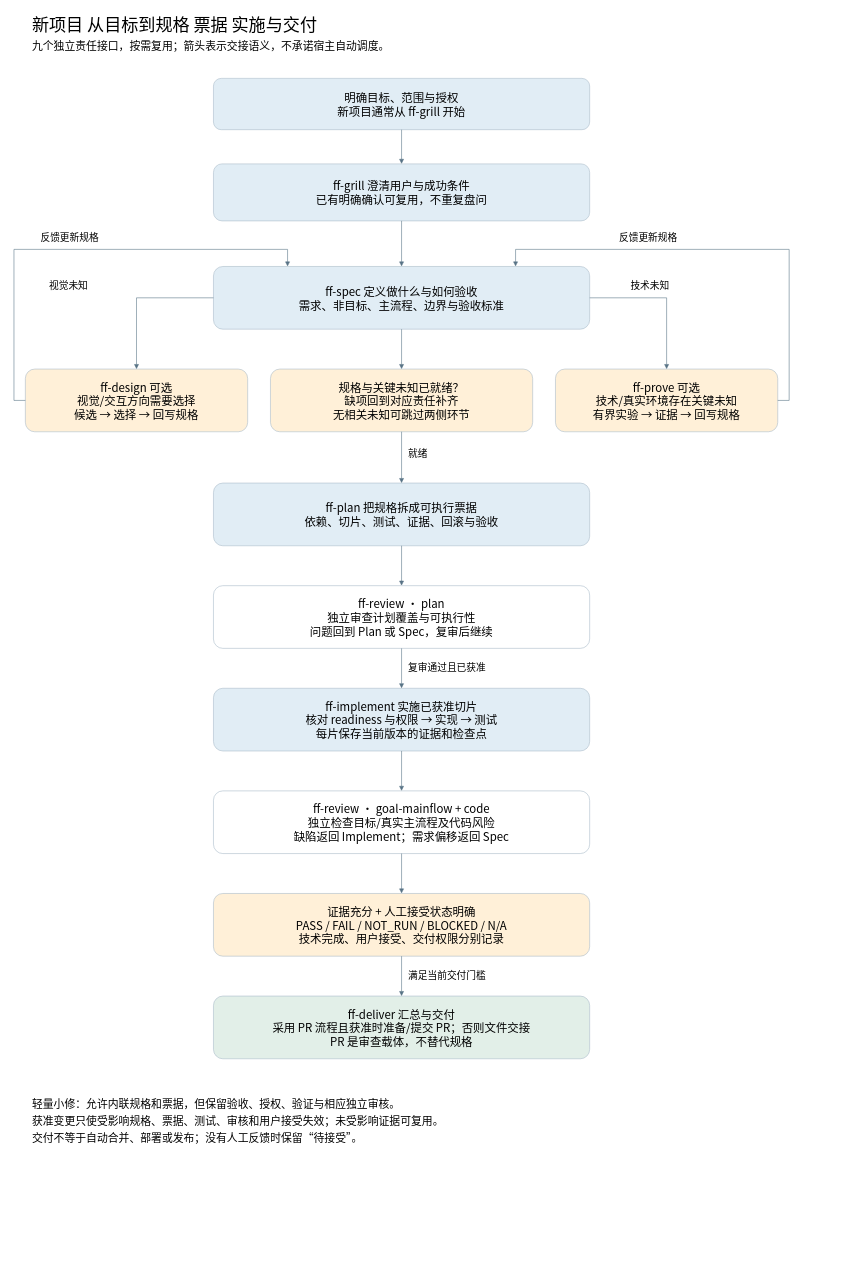
This is docs/diagrams/new-project-workflow.drawio from chyhelloworld/ForgeFlowSkill, a draw.io file, before an edit. Source tidied: cells renumbered, new cells numbered last; positions are measured from the earlier drawing's top-left corner, leaving out a move shared by most shapes. Both pictures are drawn from the tidied source at 57%, with x=0, y=0 at pixel (14, 10).
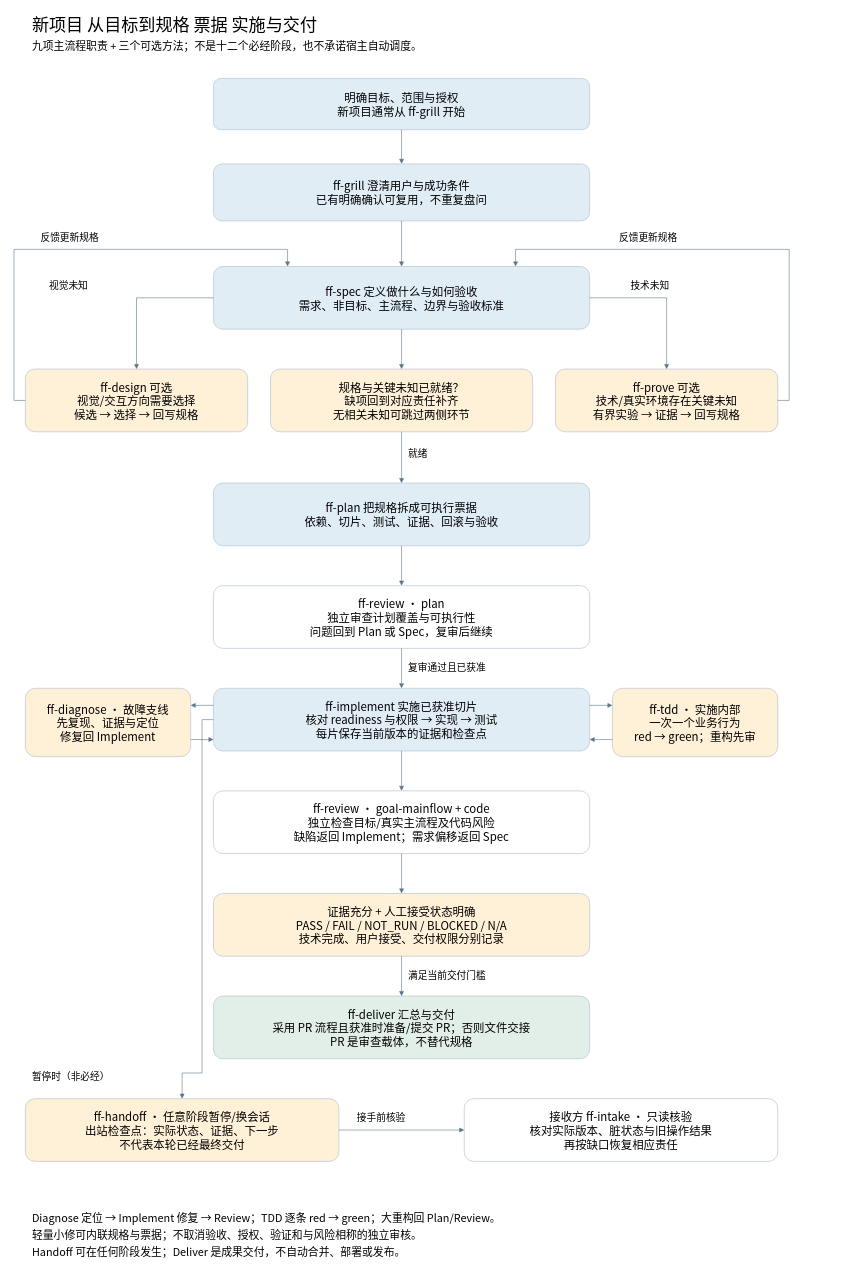
The same diagram, later.

The change refers to these unchanged cells:
```xml
<mxCell id="15" value="ff-implement 实施已获准切片&#10;核对 readiness 与权限 → 实现 → 测试&#10;每片保存当前版本的证据和检查点" style="rounded=1;whiteSpace=wrap;html=0;fillColor=#e1edf5;strokeColor=#a9bac8;fontFamily=Noto Sans CJK SC;fontSize=20;" parent="1" vertex="1">
  <mxGeometry x="350" y="1190" width="660" height="110" as="geometry" />
</mxCell>
```

Diff of the diagram source:
```diff
@@
-    <mxCell id="3" value="九个独立责任接口，按需复用；箭头表示交接语义，不承诺宿主自动调度。" style="text;html=0;align=left;whiteSpace=wrap;strokeColor=none;fillColor=none;fontFamily=Noto Sans CJK SC;fontSize=19;" parent="1" vertex="1">
+    <mxCell id="3" value="九项主流程职责 + 三个可选方法；不是十二个必经阶段，也不承诺宿主自动调度。" style="text;html=0;align=left;whiteSpace=wrap;strokeColor=none;fillColor=none;fontFamily=Noto Sans CJK SC;fontSize=19;" parent="1" vertex="1">
       <mxGeometry x="30" y="45" width="1300" height="40" as="geometry" />
     </mxCell>
-    <mxCell id="4" value="轻量小修：允许内联规格和票据，但保留验收、授权、验证与相应独立审核。" style="text;html=0;align=left;whiteSpace=wrap;strokeColor=none;fillColor=none;fontFamily=Noto Sans CJK SC;fontSize=19;" parent="1" vertex="1">
-      <mxGeometry x="30" y="1900" width="1300" height="40" as="geometry" />
+    <mxCell id="4" value="Diagnose 定位 → Implement 修复 → Review；TDD 逐条 red → green；大重构回 Plan/Review。" style="text;html=0;align=left;whiteSpace=wrap;strokeColor=none;fillColor=none;fontFamily=Noto Sans CJK SC;fontSize=19;" parent="1" vertex="1">
+      <mxGeometry x="30" y="2100" width="1300" height="40" as="geometry" />
     </mxCell>
-    <mxCell id="5" value="获准变更只使受影响规格、票据、测试、审核和用户接受失效；未受影响证据可复用。" style="text;html=0;align=left;whiteSpace=wrap;strokeColor=none;fillColor=none;fontFamily=Noto Sans CJK SC;fontSize=19;" parent="1" vertex="1">
-      <mxGeometry x="30" y="1930" width="1300" height="40" as="geometry" />
+    <mxCell id="5" value="轻量小修可内联规格与票据；不取消验收、授权、验证和与风险相称的独立审核。" style="text;html=0;align=left;whiteSpace=wrap;strokeColor=none;fillColor=none;fontFamily=Noto Sans CJK SC;fontSize=19;" parent="1" vertex="1">
+      <mxGeometry x="30" y="2130" width="1300" height="40" as="geometry" />
     </mxCell>
-    <mxCell id="6" value="交付不等于自动合并、部署或发布；没有人工反馈时保留“待接受”。" style="text;html=0;align=left;whiteSpace=wrap;strokeColor=none;fillColor=none;fontFamily=Noto Sans CJK SC;fontSize=19;" parent="1" vertex="1">
-      <mxGeometry x="30" y="1960" width="1300" height="40" as="geometry" />
+    <mxCell id="6" value="Handoff 可在任何阶段发生；Deliver 是成果交付，不自动合并、部署或发布。" style="text;html=0;align=left;whiteSpace=wrap;strokeColor=none;fillColor=none;fontFamily=Noto Sans CJK SC;fontSize=19;" parent="1" vertex="1">
+      <mxGeometry x="30" y="2160" width="1300" height="40" as="geometry" />
     </mxCell>
@@
+    <mxCell id="39" value="ff-diagnose · 故障支线&#10;先复现、证据与定位&#10;修复回 Implement" style="rounded=1;whiteSpace=wrap;html=0;fillColor=#fff0d8;strokeColor=#a9bac8;fontFamily=Noto Sans CJK SC;fontSize=20;" parent="1" vertex="1">
+      <mxGeometry x="20" y="1190" width="290" height="120" as="geometry" />
+    </mxCell>
+    <mxCell id="40" value="ff-tdd · 实施内部&#10;一次一个业务行为&#10;red → green；重构先审" style="rounded=1;whiteSpace=wrap;html=0;fillColor=#fff0d8;strokeColor=#a9bac8;fontFamily=Noto Sans CJK SC;fontSize=20;" parent="1" vertex="1">
+      <mxGeometry x="1050" y="1190" width="290" height="120" as="geometry" />
+    </mxCell>
+    <mxCell id="41" value="ff-handoff · 任意阶段暂停/换会话&#10;出站检查点：实际状态、证据、下一步&#10;不代表本轮已经最终交付" style="rounded=1;whiteSpace=wrap;html=0;fillColor=#fff0d8;strokeColor=#a9bac8;fontFamily=Noto Sans CJK SC;fontSize=20;" parent="1" vertex="1">
+      <mxGeometry x="20" y="1910" width="550" height="110" as="geometry" />
+    </mxCell>
+    <mxCell id="42" value="接收方 ff-intake · 只读核验&#10;核对实际版本、脏状态与旧操作结果&#10;再按缺口恢复相应责任" style="rounded=1;whiteSpace=wrap;html=0;fillColor=#ffffff;strokeColor=#a9bac8;fontFamily=Noto Sans CJK SC;fontSize=20;" parent="1" vertex="1">
+      <mxGeometry x="790" y="1910" width="550" height="110" as="geometry" />
+    </mxCell>
@@
+    <mxCell id="43" style="edgeStyle=none;rounded=0;html=0;endArrow=block;strokeColor=#587386;exitX=0.0;exitY=0.2727272727272727;exitDx=0;exitDy=0;entryX=1.0;entryY=0.25;entryDx=0;entryDy=0;" parent="1" edge="1" source="15" target="39">
+      <mxGeometry relative="1" as="geometry" />
+    </mxCell>
+    <mxCell id="44" style="edgeStyle=none;rounded=0;html=0;endArrow=block;strokeColor=#587386;exitX=1.0;exitY=0.75;exitDx=0;exitDy=0;entryX=0.0;entryY=0.8181818181818182;entryDx=0;entryDy=0;" parent="1" edge="1" source="39" target="15">
+      <mxGeometry relative="1" as="geometry" />
+    </mxCell>
+    <mxCell id="45" style="edgeStyle=none;rounded=0;html=0;endArrow=block;strokeColor=#587386;exitX=1.0;exitY=0.2727272727272727;exitDx=0;exitDy=0;entryX=0.0;entryY=0.25;entryDx=0;entryDy=0;" parent="1" edge="1" source="15" target="40">
+      <mxGeometry relative="1" as="geometry" />
+    </mxCell>
+    <mxCell id="46" style="edgeStyle=none;rounded=0;html=0;endArrow=block;strokeColor=#587386;exitX=0.0;exitY=0.75;exitDx=0;exitDy=0;entryX=1.0;entryY=0.8181818181818182;entryDx=0;entryDy=0;" parent="1" edge="1" source="40" target="15">
+      <mxGeometry relative="1" as="geometry" />
+    </mxCell>
+    <mxCell id="47" style="edgeStyle=none;rounded=0;html=0;endArrow=block;strokeColor=#587386;exitX=0.0;exitY=0.5;exitDx=0;exitDy=0;entryX=0.5;entryY=0.0;entryDx=0;entryDy=0;" parent="1" edge="1" source="15" target="41">
+      <mxGeometry relative="1" as="geometry">
+        <Array as="points">
+          <mxPoint x="330" y="1245" />
+          <mxPoint x="330" y="1865" />
+          <mxPoint x="295" y="1865" />
+        </Array>
+      </mxGeometry>
+    </mxCell>
+    <mxCell id="48" value="暂停时（非必经）" style="text;html=0;align=left;strokeColor=none;fillColor=none;fontSize=17;fontFamily=Noto Sans CJK SC;" parent="1" vertex="1">
+      <mxGeometry x="30" y="1855" width="360" height="30" as="geometry" />
+    </mxCell>
+    <mxCell id="49" style="edgeStyle=none;rounded=0;html=0;endArrow=block;strokeColor=#587386;exitX=1.0;exitY=0.5;exitDx=0;exitDy=0;entryX=0.0;entryY=0.5;entryDx=0;entryDy=0;" parent="1" edge="1" source="41" target="42">
+      <mxGeometry relative="1" as="geometry" />
+    </mxCell>
+    <mxCell id="50" value="接手前核验" style="text;html=0;align=left;strokeColor=none;fillColor=none;fontSize=17;fontFamily=Noto Sans CJK SC;" parent="1" vertex="1">
+      <mxGeometry x="600" y="1927" width="360" height="30" as="geometry" />
+    </mxCell>
```
